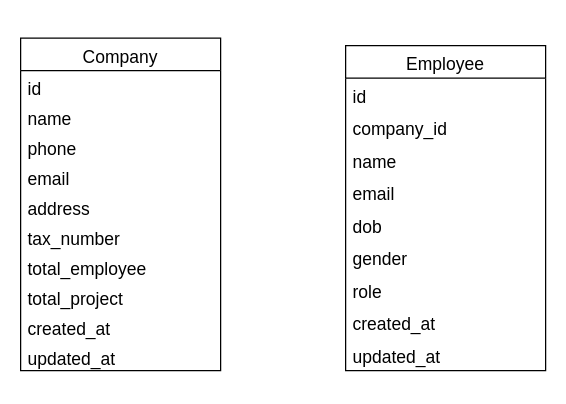
This is asset/pbtype.drawio from dinhtp/lets-go-company, a draw.io file, before an edit. Source tidied: cells renumbered, new cells numbered last; positions are measured from the earlier drawing's top-left corner, leaving out a move shared by most shapes. Both pictures are drawn from the tidied source at 125%, with x=0, y=0 at pixel (20, 38).
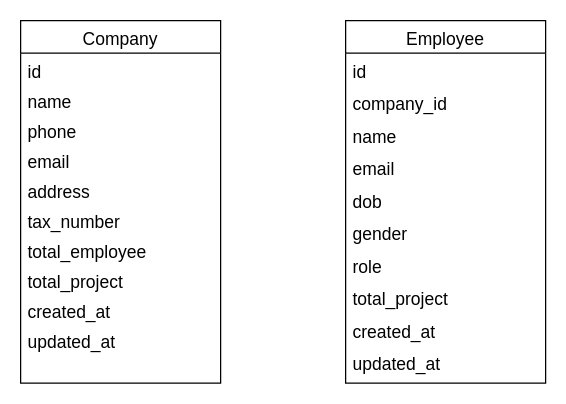
The same diagram, later.

The edit, as a diff of the source:
```diff
@@
     <mxCell id="2" value="Employee" style="swimlane;fontStyle=0;align=center;verticalAlign=top;horizontal=1;startSize=26;rounded=0;shadow=0;strokeWidth=1;fontSize=14;" parent="1" vertex="1">
-      <mxGeometry x="260" y="6" width="160" height="260" as="geometry" />
+      <mxGeometry x="260" y="-14" width="160" height="290" as="geometry" />
     </mxCell>
@@
-    <mxCell id="10" value="created_at" style="text;align=left;verticalAlign=top;spacingLeft=4;spacingRight=4;overflow=hidden;fontSize=14;" parent="2" vertex="1">
+    <mxCell id="10" value="total_project" style="text;align=left;verticalAlign=top;spacingLeft=4;spacingRight=4;overflow=hidden;fontSize=14;" parent="2" vertex="1">
       <mxGeometry y="208" width="160" height="26" as="geometry" />
     </mxCell>
-    <mxCell id="11" value="updated_at" style="text;align=left;verticalAlign=top;spacingLeft=4;spacingRight=4;overflow=hidden;fontSize=14;" parent="2" vertex="1">
+    <mxCell id="11" value="created_at" style="text;align=left;verticalAlign=top;spacingLeft=4;spacingRight=4;overflow=hidden;fontSize=14;" parent="2" vertex="1">
       <mxGeometry y="234" width="160" height="26" as="geometry" />
     </mxCell>
+    <mxCell id="23" value="updated_at" style="text;align=left;verticalAlign=top;spacingLeft=4;spacingRight=4;overflow=hidden;fontSize=14;" parent="2" vertex="1">
+      <mxGeometry y="260" width="160" height="26" as="geometry" />
+    </mxCell>
     <mxCell id="12" value="Company" style="swimlane;fontStyle=0;align=center;verticalAlign=top;horizontal=1;startSize=26;rounded=0;shadow=0;strokeWidth=1;fontSize=14;" parent="1" vertex="1">
-      <mxGeometry width="160" height="266" as="geometry" />
+      <mxGeometry y="-14" width="160" height="290" as="geometry" />
     </mxCell>
```
